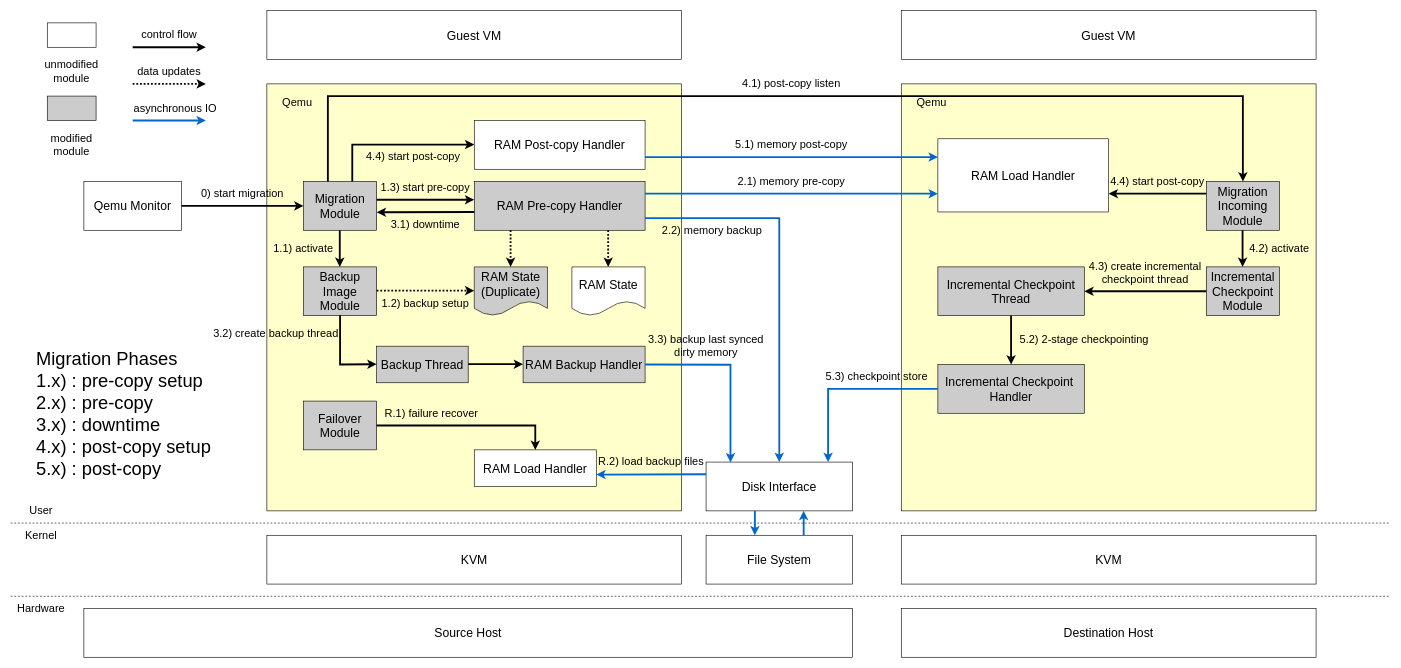
xuyizhe1999/drawio keeps this draw.io diagram as final/architecture 2.drawio. Above is the earlier version. Source tidied: cells renumbered, new cells numbered last; positions are measured from the earlier drawing's top-left corner, leaving out a move shared by most shapes. Both pictures are drawn from the tidied source at 61%, with x=0, y=0 at pixel (10, 10).
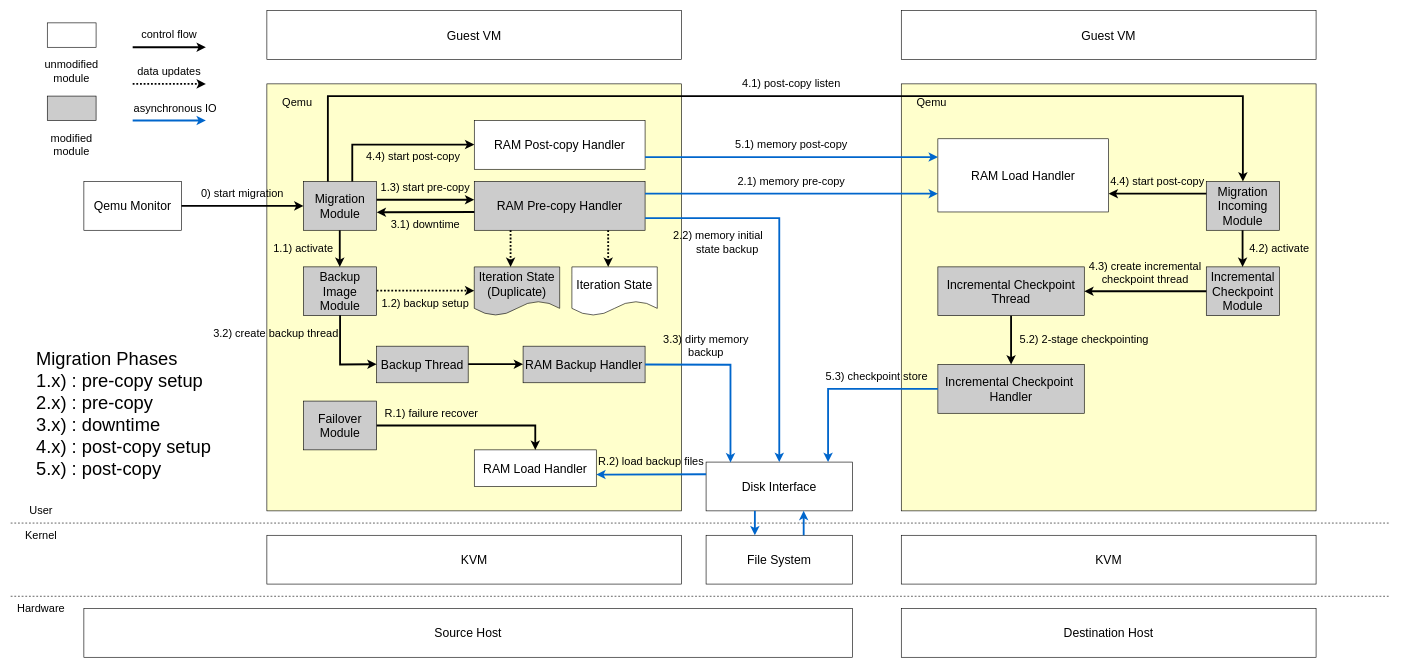
After the change.

Diff of the diagram source:
```diff
@@
-    <mxCell id="24" value="&lt;font style=&quot;font-size: 18px;&quot;&gt;2.2) memory backup&lt;/font&gt;" style="text;html=1;strokeColor=none;fillColor=none;align=center;verticalAlign=middle;whiteSpace=wrap;rounded=0;" parent="1" vertex="1">
-      <mxGeometry x="1060" y="340" width="180" height="40" as="geometry" />
-    </mxCell>
@@
-    <mxCell id="35" value="&lt;font style=&quot;font-size: 20px;&quot;&gt;RAM State&lt;br style=&quot;font-size: 20px;&quot;&gt;(Duplicate)&lt;br style=&quot;font-size: 20px;&quot;&gt;&lt;/font&gt;" style="shape=document;whiteSpace=wrap;html=1;boundedLbl=1;fillColor=#CCCCCC;fontSize=20;" parent="1" vertex="1">
-      <mxGeometry x="760" y="420" width="120" height="80" as="geometry" />
-    </mxCell>
-    <mxCell id="36" value="&lt;font style=&quot;font-size: 20px;&quot;&gt;RAM State&lt;br style=&quot;font-size: 20px;&quot;&gt;&lt;/font&gt;" style="shape=document;whiteSpace=wrap;html=1;boundedLbl=1;fontSize=20;" parent="1" vertex="1">
-      <mxGeometry x="920" y="420" width="120" height="80" as="geometry" />
-    </mxCell>
@@
-    <mxCell id="44" value="&lt;font style=&quot;font-size: 18px;&quot;&gt;3.3) backup last synced dirty memory&lt;/font&gt;" style="text;html=1;strokeColor=none;fillColor=none;align=center;verticalAlign=middle;whiteSpace=wrap;rounded=0;" parent="1" vertex="1">
-      <mxGeometry x="1040" y="520" width="200" height="60" as="geometry" />
-    </mxCell>
@@
+    <mxCell id="89" value="&lt;font style=&quot;font-size: 18px;&quot;&gt;2.2) memory initial&lt;br&gt;&amp;nbsp; &amp;nbsp; &amp;nbsp; state backup&lt;/font&gt;" style="text;html=1;strokeColor=none;fillColor=none;align=center;verticalAlign=middle;whiteSpace=wrap;rounded=0;" parent="1" vertex="1">
+      <mxGeometry x="1080" y="360" width="160" height="40" as="geometry" />
+    </mxCell>
+    <mxCell id="90" value="&lt;font style=&quot;font-size: 20px;&quot;&gt;Iteration State&lt;br style=&quot;font-size: 20px;&quot;&gt;(Duplicate)&lt;br style=&quot;font-size: 20px;&quot;&gt;&lt;/font&gt;" style="shape=document;whiteSpace=wrap;html=1;boundedLbl=1;fillColor=#CCCCCC;fontSize=20;" parent="1" vertex="1">
+      <mxGeometry x="760" y="420" width="140" height="80" as="geometry" />
+    </mxCell>
+    <mxCell id="91" value="&lt;font style=&quot;font-size: 20px;&quot;&gt;Iteration State&lt;br style=&quot;font-size: 20px;&quot;&gt;&lt;/font&gt;" style="shape=document;whiteSpace=wrap;html=1;boundedLbl=1;fontSize=20;" parent="1" vertex="1">
+      <mxGeometry x="920" y="420" width="140" height="80" as="geometry" />
+    </mxCell>
+    <mxCell id="92" value="&lt;font style=&quot;font-size: 18px;&quot;&gt;3.3) dirty memory backup&lt;/font&gt;" style="text;html=1;strokeColor=none;fillColor=none;align=center;verticalAlign=middle;whiteSpace=wrap;rounded=0;" parent="1" vertex="1">
+      <mxGeometry x="1040" y="520" width="200" height="60" as="geometry" />
+    </mxCell>
```
